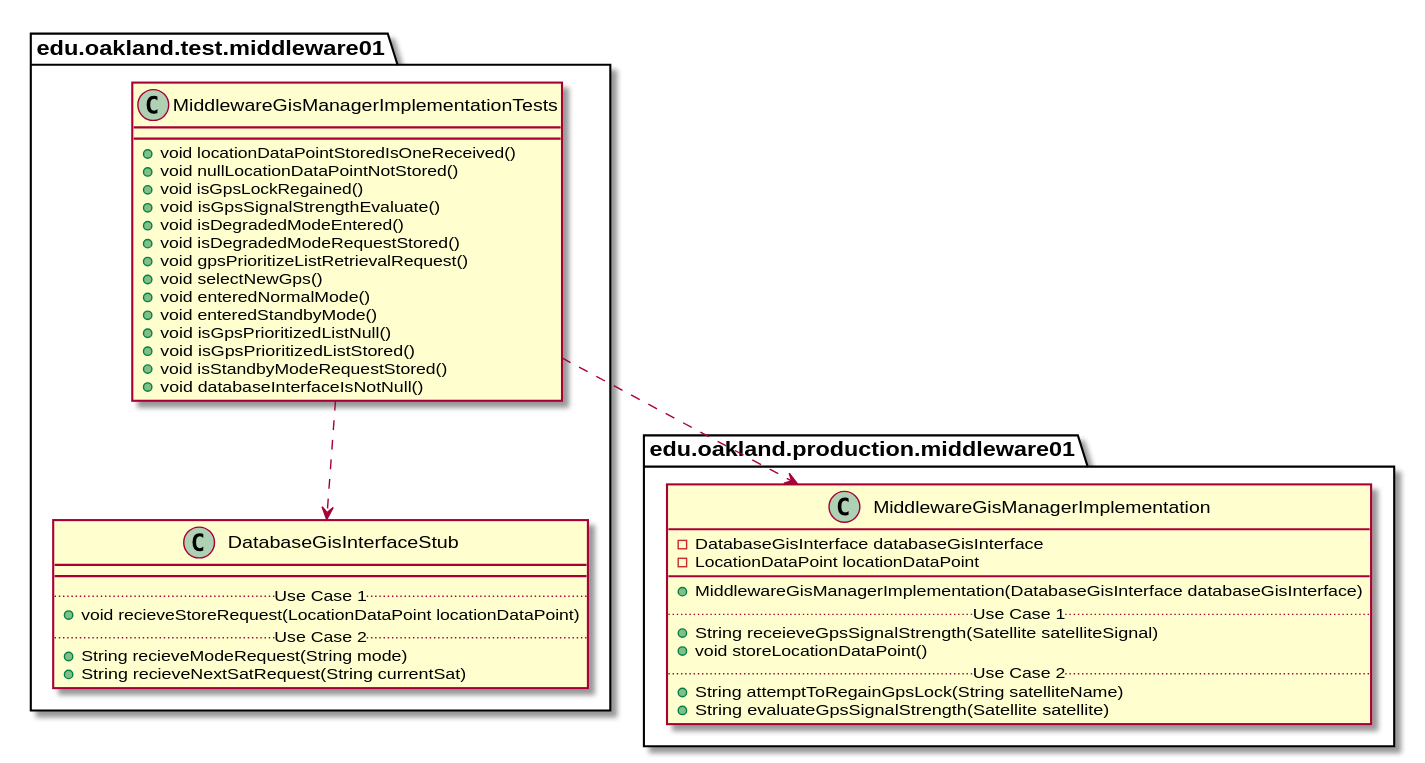
This is docs/uml-class-diagrams/middleware01/test/MiddlewareGisManagerImplementationTests/MiddlewareGisManagerImplementationTests_DirectDependencies.svg from andrewdimmer/csi-3370-software-project, a PlantUML export, as it was before one commit.
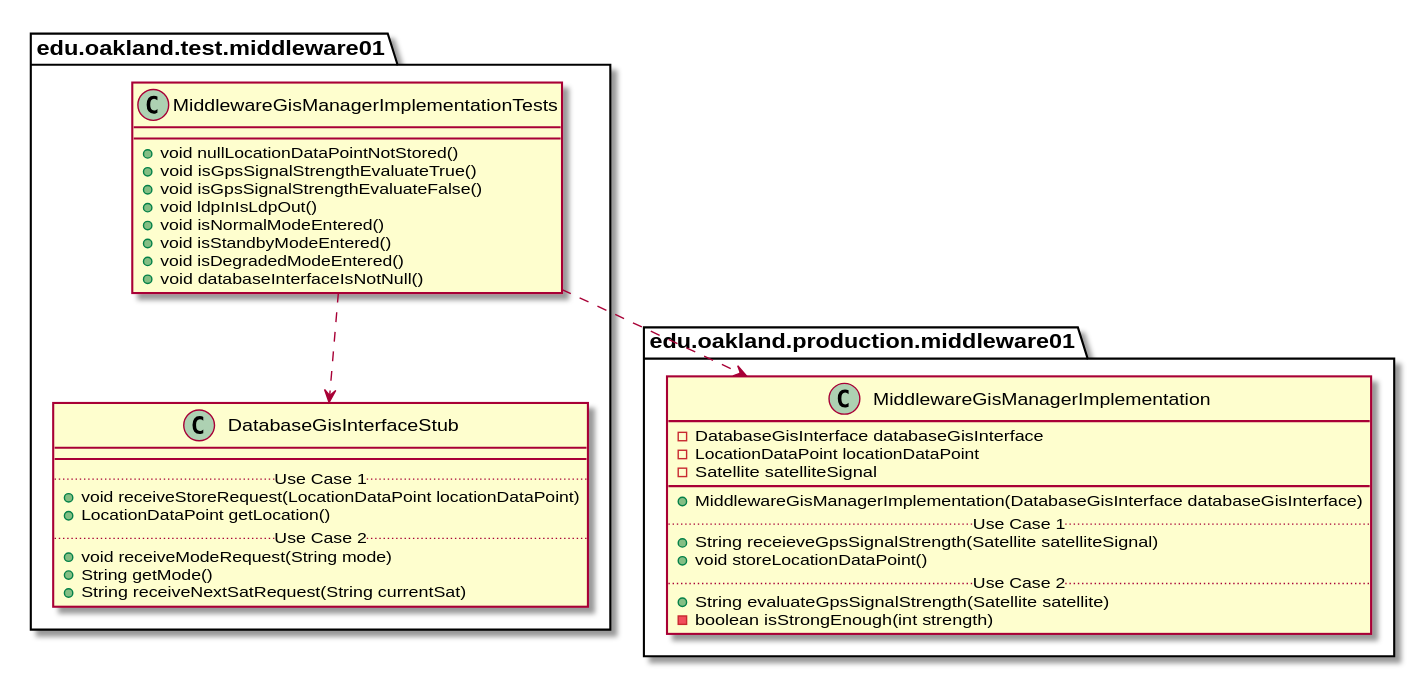
After the commit.

What changed in the source:
```diff
@@ -3,19 +3,13 @@
 
 package edu.oakland.test.middleware01 {
   class MiddlewareGisManagerImplementationTests {
-    + void locationDataPointStoredIsOneReceived()
     + void nullLocationDataPointNotStored()
-    + void isGpsLockRegained()
-    + void isGpsSignalStrengthEvaluate()
+    + void isGpsSignalStrengthEvaluateTrue()
+    + void isGpsSignalStrengthEvaluateFalse()
+    + void ldpInIsLdpOut()
+    + void isNormalModeEntered()
+    + void isStandbyModeEntered()
     + void isDegradedModeEntered()
-    + void isDegradedModeRequestStored()
-    + void gpsPrioritizeListRetrievalRequest()
-    + void selectNewGps()
-    + void enteredNormalMode()
-    + void enteredStandbyMode()
-    + void isGpsPrioritizedListNull()
-    + void isGpsPrioritizedListStored()
-    + void isStandbyModeRequestStored()
     + void databaseInterfaceIsNotNull()
   }
 }
@@ -26,10 +20,12 @@
     class DatabaseGisInterfaceStub {
         __
         .. Use Case 1 ..
-        + void recieveStoreRequest(LocationDataPoint locationDataPoint)
+        + void receiveStoreRequest(LocationDataPoint locationDataPoint)
+        + LocationDataPoint getLocation()
         .. Use Case 2 ..
-        + String recieveModeRequest(String mode)
-        + String recieveNextSatRequest(String currentSat)
+        + void receiveModeRequest(String mode)
+        + String getMode()
+        + String receiveNextSatRequest(String currentSat)
     }
 }
 
@@ -40,14 +36,15 @@
     class MiddlewareGisManagerImplementation {
         - DatabaseGisInterface databaseGisInterface
         - LocationDataPoint locationDataPoint
+        - Satellite satelliteSignal
         __
         + MiddlewareGisManagerImplementation(DatabaseGisInterface databaseGisInterface)
         .. Use Case 1 ..
         + String receieveGpsSignalStrength(Satellite satelliteSignal)
         + void storeLocationDataPoint()
         .. Use Case 2 ..
-        + String attemptToRegainGpsLock(String satelliteName)
         + String evaluateGpsSignalStrength(Satellite satellite)
+        - boolean isStrongEnough(int strength)
     }
 }
 
```
